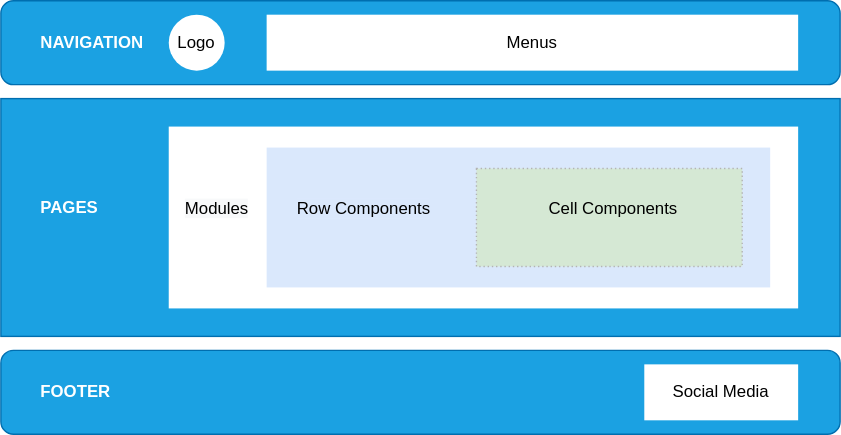
Above: static/images/website-structure.svg in OpenMobileAlliance/githubpages-doc-guidelines (draw.io), before the change. Source tidied: cells renumbered, new cells last; positions are measured from the earlier drawing's top-left corner, leaving out a move shared by most shapes.
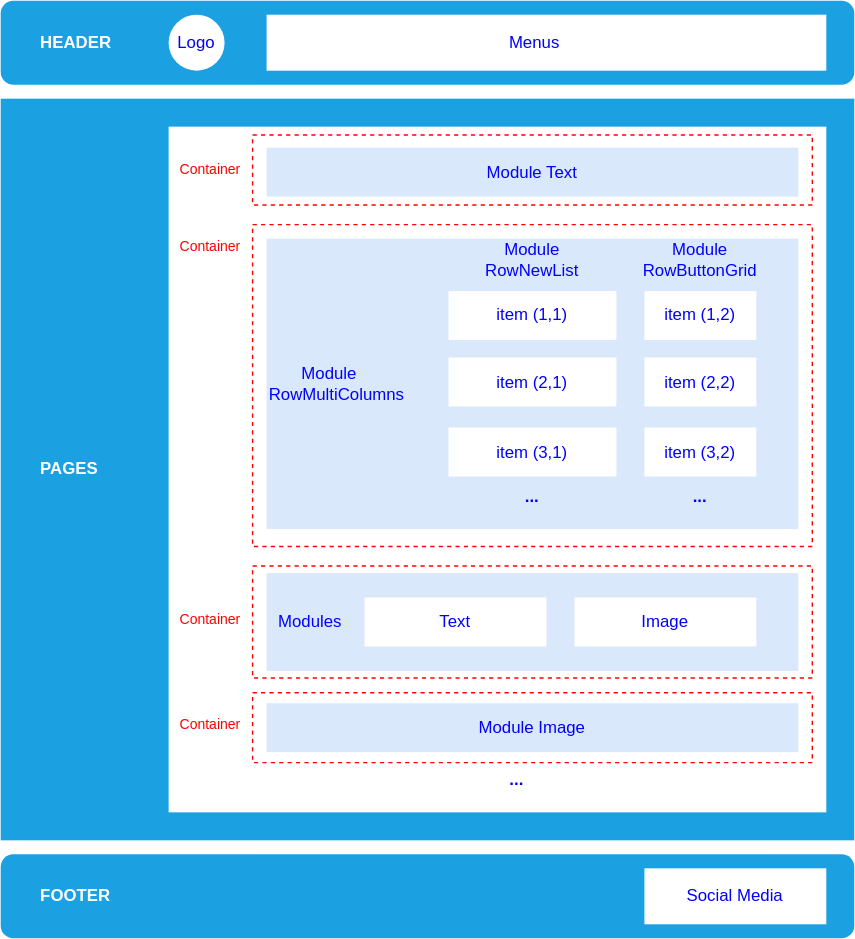
Later version of the same file.

Commit message:
update structure and menus content

The edit, as a diff of the source:
```diff
@@ -2,41 +2,62 @@
   <root>
     <mxCell id="0" />
     <mxCell id="1" parent="0" />
-    <mxCell id="2" value="&lt;b&gt;&lt;span style=&quot;white-space: pre&quot;&gt;&#9;&lt;/span&gt;PAGES&lt;/b&gt;&lt;br&gt;&lt;br&gt;" style="rounded=0;whiteSpace=wrap;html=1;fillColor=#1ba1e2;fontColor=#ffffff;strokeColor=#006EAF;align=left;" parent="1" vertex="1">
-      <mxGeometry y="70" width="600" height="170" as="geometry" />
+    <mxCell id="2" value="&lt;b&gt;&lt;span style=&quot;white-space: pre&quot;&gt;&#9;&lt;/span&gt;PAGES&lt;/b&gt;" style="rounded=0;whiteSpace=wrap;html=1;fillColor=#1ba1e2;fontColor=#ffffff;strokeColor=none;align=left;" parent="1" vertex="1">
+      <mxGeometry y="70" width="530" height="280" as="geometry" />
     </mxCell>
-    <mxCell id="3" value="&lt;b&gt;&lt;span style=&quot;white-space: pre&quot;&gt;&#9;&lt;/span&gt;NAVIGATION&lt;/b&gt;&amp;nbsp; &amp;nbsp;" style="rounded=1;whiteSpace=wrap;html=1;fillColor=#1ba1e2;strokeColor=#006EAF;fontColor=#ffffff;align=left;" parent="1" vertex="1">
-      <mxGeometry width="600" height="60" as="geometry" />
+    <mxCell id="3" value="&lt;b&gt;&lt;span style=&quot;white-space: pre&quot;&gt;&#9;&lt;/span&gt;HEADER&lt;/b&gt;&amp;nbsp; &amp;nbsp;" style="rounded=1;whiteSpace=wrap;html=1;fillColor=#1ba1e2;strokeColor=none;fontColor=#ffffff;align=left;" parent="1" vertex="1">
+      <mxGeometry width="530" height="60" as="geometry" />
     </mxCell>
-    <mxCell id="4" value="&lt;b&gt;&lt;span style=&quot;white-space: pre&quot;&gt;&#9;&lt;/span&gt;FOOTER&lt;/b&gt;" style="rounded=1;whiteSpace=wrap;html=1;fillColor=#1ba1e2;fontColor=#ffffff;strokeColor=#006EAF;align=left;" parent="1" vertex="1">
-      <mxGeometry y="250" width="600" height="60" as="geometry" />
+    <mxCell id="4" value="&lt;b&gt;&lt;span style=&quot;white-space: pre&quot;&gt;&#9;&lt;/span&gt;FOOTER&lt;/b&gt;" style="rounded=1;whiteSpace=wrap;html=1;fillColor=#1ba1e2;fontColor=#ffffff;strokeColor=none;align=left;" parent="1" vertex="1">
+      <mxGeometry y="360" width="530" height="60" as="geometry" />
     </mxCell>
     <mxCell id="5" value="Logo" style="ellipse;whiteSpace=wrap;html=1;align=center;strokeColor=none;" parent="1" vertex="1">
       <mxGeometry x="120" y="10" width="40" height="40" as="geometry" />
     </mxCell>
-    <mxCell id="6" value="Menus" style="rounded=0;whiteSpace=wrap;html=1;align=center;strokeColor=none;" parent="1" vertex="1">
-      <mxGeometry x="190" y="10" width="380" height="40" as="geometry" />
+    <mxCell id="6" value="Menus&amp;nbsp; &amp;nbsp; &amp;nbsp;" style="rounded=0;whiteSpace=wrap;html=1;align=center;strokeColor=none;" parent="1" vertex="1">
+      <mxGeometry x="190" y="10" width="310" height="40" as="geometry" />
     </mxCell>
     <mxCell id="7" value="Social Media" style="rounded=0;whiteSpace=wrap;html=1;align=center;strokeColor=none;" parent="1" vertex="1">
-      <mxGeometry x="460" y="260" width="110" height="40" as="geometry" />
+      <mxGeometry x="390" y="372" width="110" height="40" as="geometry" />
     </mxCell>
     <mxCell id="8" style="rounded=0;whiteSpace=wrap;html=1;align=center;strokeColor=none;" parent="1" vertex="1">
-      <mxGeometry x="120" y="90" width="450" height="130" as="geometry" />
+      <mxGeometry x="120" y="90" width="380" height="240" as="geometry" />
     </mxCell>
-    <mxCell id="9" value="&lt;span style=&quot;color: rgb(0 , 0 , 0) ; font-family: &amp;#34;helvetica&amp;#34; ; font-size: 12px ; font-style: normal ; font-weight: 400 ; letter-spacing: normal ; text-align: center ; text-indent: 0px ; text-transform: none ; word-spacing: 0px ; background-color: rgb(248 , 249 , 250) ; display: inline ; float: none&quot;&gt;Modules&lt;/span&gt;" style="text;whiteSpace=wrap;html=1;" parent="1" vertex="1">
-      <mxGeometry x="130" y="135" width="60" height="30" as="geometry" />
-    </mxCell>
+    <mxCell id="14" value="&lt;b&gt;...&lt;/b&gt;" style="text;html=1;strokeColor=none;fillColor=none;align=center;verticalAlign=middle;whiteSpace=wrap;rounded=0;dashed=1;dashPattern=1 2;labelBackgroundColor=none;" parent="1" vertex="1">
+      <mxGeometry x="301" y="294" width="58" height="25" as="geometry" />
+    </mxCell>
+    <mxCell id="15" style="rounded=0;whiteSpace=wrap;html=1;dashed=1;strokeColor=#FF0000;" parent="1" vertex="1">
+      <mxGeometry x="180" y="96" width="300" height="50" as="geometry" />
+    </mxCell>
-    <mxCell id="10" style="rounded=0;whiteSpace=wrap;html=1;align=center;fillColor=#dae8fc;strokeColor=none;" parent="1" vertex="1">
-      <mxGeometry x="190" y="105" width="360" height="100" as="geometry" />
+    <mxCell id="10" value="Modules" style="rounded=0;whiteSpace=wrap;html=1;align=center;fillColor=#dae8fc;strokeColor=none;" parent="1" vertex="1">
+      <mxGeometry x="190" y="105" width="280" height="35" as="geometry" />
     </mxCell>
-    <mxCell id="11" style="rounded=0;whiteSpace=wrap;html=1;align=center;fillColor=#d5e8d4;strokeColor=#B3B3B3;dashed=1;dashPattern=1 2;" parent="1" vertex="1">
-      <mxGeometry x="340" y="120" width="190" height="70" as="geometry" />
-    </mxCell>
-    <mxCell id="12" value="&lt;span style=&quot;color: rgb(0 , 0 , 0) ; font-family: &amp;#34;helvetica&amp;#34; ; font-size: 12px ; font-style: normal ; font-weight: 400 ; letter-spacing: normal ; text-align: center ; text-indent: 0px ; text-transform: none ; word-spacing: 0px ; display: inline ; float: none&quot;&gt;Row Components&lt;/span&gt;" style="text;whiteSpace=wrap;html=1;labelBackgroundColor=#DAE8FC;" parent="1" vertex="1">
-      <mxGeometry x="210" y="135" width="100" height="30" as="geometry" />
-    </mxCell>
-    <mxCell id="13" value="&lt;span style=&quot;color: rgb(0 , 0 , 0) ; font-family: &amp;quot;helvetica&amp;quot; ; font-size: 12px ; font-style: normal ; font-weight: 400 ; letter-spacing: normal ; text-align: center ; text-indent: 0px ; text-transform: none ; word-spacing: 0px ; display: inline ; float: none&quot;&gt;Cell Components&lt;/span&gt;" style="text;whiteSpace=wrap;html=1;labelBackgroundColor=#D5E8D4;" parent="1" vertex="1">
-      <mxGeometry x="390" y="135" width="100" height="30" as="geometry" />
-    </mxCell>
+    <mxCell id="16" style="rounded=0;whiteSpace=wrap;html=1;dashed=1;strokeColor=#FF0000;" parent="1" vertex="1">
+      <mxGeometry x="180" y="159" width="300" height="80" as="geometry" />
+    </mxCell>
+    <mxCell id="17" value="&amp;nbsp; Modules" style="rounded=0;whiteSpace=wrap;html=1;align=left;fillColor=#dae8fc;strokeColor=none;" parent="1" vertex="1">
+      <mxGeometry x="190" y="164" width="280" height="70" as="geometry" />
+    </mxCell>
+    <mxCell id="18" value="Modules" style="rounded=0;whiteSpace=wrap;html=1;align=center;fillColor=#FFFFFF;strokeColor=none;" parent="1" vertex="1">
+      <mxGeometry x="260" y="181.5" width="90" height="35" as="geometry" />
+    </mxCell>
+    <mxCell id="19" value="Modules" style="rounded=0;whiteSpace=wrap;html=1;align=center;fillColor=#FFFFFF;strokeColor=none;" parent="1" vertex="1">
+      <mxGeometry x="370" y="181.5" width="90" height="35" as="geometry" />
+    </mxCell>
+    <mxCell id="20" style="rounded=0;whiteSpace=wrap;html=1;dashed=1;strokeColor=#FF0000;" parent="1" vertex="1">
+      <mxGeometry x="180" y="249.5" width="300" height="50" as="geometry" />
+    </mxCell>
+    <mxCell id="21" value="Modules" style="rounded=0;whiteSpace=wrap;html=1;align=center;fillColor=#dae8fc;strokeColor=none;" parent="1" vertex="1">
+      <mxGeometry x="190" y="257" width="280" height="35" as="geometry" />
+    </mxCell>
+    <mxCell id="22" value="&lt;font style=&quot;font-size: 10px&quot; color=&quot;#ff0000&quot;&gt;Container&lt;/font&gt;" style="text;html=1;strokeColor=none;fillColor=none;align=center;verticalAlign=middle;whiteSpace=wrap;rounded=0;dashed=1;" parent="1" vertex="1">
+      <mxGeometry x="120" y="105" width="60" height="30" as="geometry" />
+    </mxCell>
+    <mxCell id="23" value="&lt;font style=&quot;font-size: 10px&quot; color=&quot;#ff0000&quot;&gt;Container&lt;/font&gt;" style="text;html=1;strokeColor=none;fillColor=none;align=center;verticalAlign=middle;whiteSpace=wrap;rounded=0;dashed=1;" parent="1" vertex="1">
+      <mxGeometry x="120" y="257" width="60" height="30" as="geometry" />
+    </mxCell>
+    <mxCell id="24" value="&lt;font style=&quot;font-size: 10px&quot; color=&quot;#ff0000&quot;&gt;Container&lt;/font&gt;" style="text;html=1;strokeColor=none;fillColor=none;align=center;verticalAlign=middle;whiteSpace=wrap;rounded=0;dashed=1;" parent="1" vertex="1">
+      <mxGeometry x="120" y="181.5" width="60" height="30" as="geometry" />
+    </mxCell>
   </root>
 </mxGraphModel>
```
